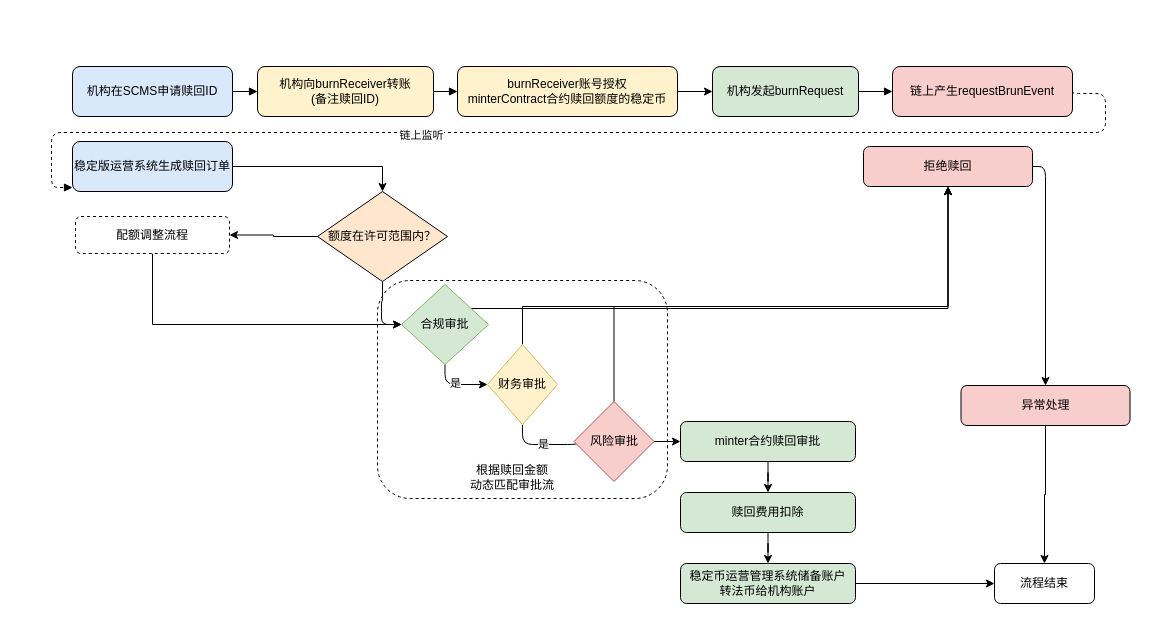
This is burn.drawio from mingzhenliu/doc, a draw.io file, before an edit. Source tidied: cells renumbered, new cells numbered last; positions are measured from the earlier drawing's top-left corner, leaving out a move shared by most shapes. Both pictures are drawn from the tidied source at 100%, with x=0, y=0 at pixel (51, 66).
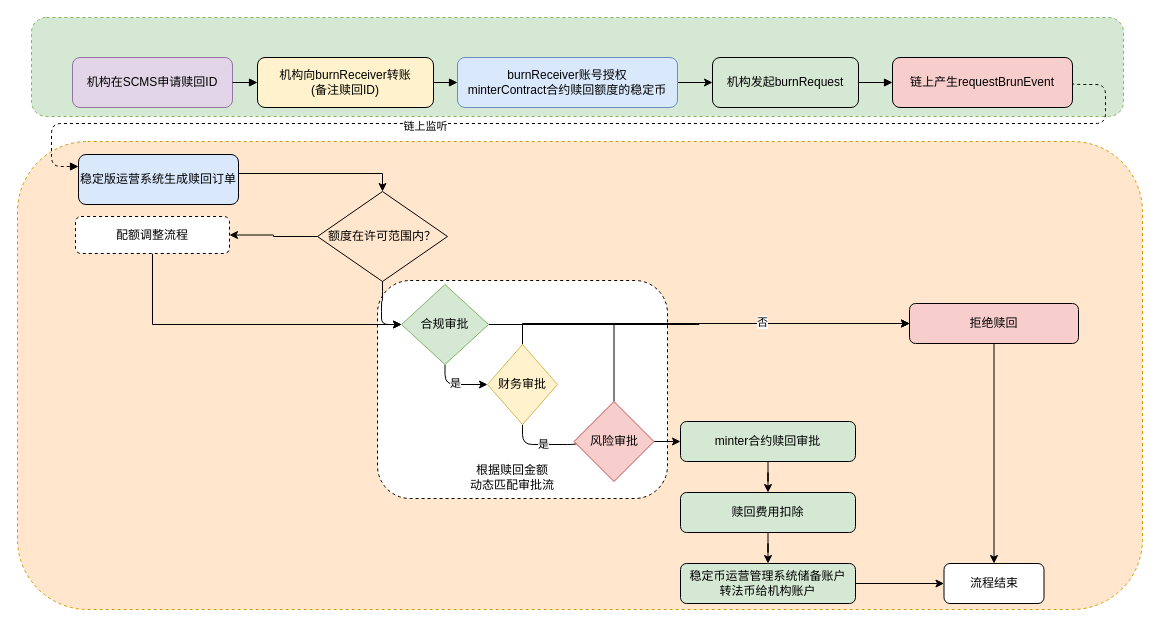
After the change.

The change refers to these unchanged cells:
```xml
<mxCell id="11" value="额度在许可范围内？" style="rhombus;whiteSpace=wrap;html=1;fillColor=#ffe6cc;" parent="1" vertex="1">
  <mxGeometry x="266" y="125" width="130" height="90" as="geometry" />
</mxCell>
<mxCell id="15" value="minter合约赎回审批" style="rounded=1;whiteSpace=wrap;html=1;fillColor=#d5e8d4;" parent="1" vertex="1">
  <mxGeometry x="629" y="355" width="175" height="40" as="geometry" />
</mxCell>
<mxCell id="24" value="财务审批" style="rhombus;whiteSpace=wrap;html=1;fillColor=#fff2cc;strokeColor=#d6b656;" parent="1" vertex="1">
  <mxGeometry x="436" y="278" width="70" height="80" as="geometry" />
</mxCell>
<mxCell id="28" value="合规审批" style="rhombus;whiteSpace=wrap;html=1;fillColor=#d5e8d4;strokeColor=#82b366;" parent="1" vertex="1">
  <mxGeometry x="350" y="218" width="87" height="80" as="geometry" />
</mxCell>
<mxCell id="31" value="风险审批" style="rhombus;whiteSpace=wrap;html=1;fillColor=#f8cecc;strokeColor=#b85450;" parent="1" vertex="1">
  <mxGeometry x="522.5" y="335" width="80" height="80" as="geometry" />
</mxCell>
```

Diff of the diagram source:
```diff
@@
+    <mxCell id="43" style="rounded=1;whiteSpace=wrap;html=1;dashed=1;fillColor=#ffe6cc;strokeColor=#d79b00;" parent="1" vertex="1">
+      <mxGeometry x="-34" y="75" width="1125" height="468" as="geometry" />
+    </mxCell>
+    <mxCell id="44" style="rounded=1;whiteSpace=wrap;html=1;dashed=1;fillColor=#d5e8d4;strokeColor=#82b366;" parent="1" vertex="1">
+      <mxGeometry x="-20" y="-49" width="1092" height="99" as="geometry" />
+    </mxCell>
@@
-    <mxCell id="3" value="机构在SCMS申请赎回ID" style="rounded=1;whiteSpace=wrap;html=1;fillColor=#dae8fc;flipH=1;" parent="1" vertex="1">
-      <mxGeometry x="21" width="160" height="50" as="geometry" />
+    <mxCell id="3" value="机构在SCMS申请赎回ID" style="rounded=1;whiteSpace=wrap;html=1;fillColor=#e1d5e7;flipH=1;strokeColor=#9673a6;" parent="1" vertex="1">
+      <mxGeometry x="21" y="-9" width="160" height="50" as="geometry" />
     </mxCell>
     <mxCell id="4" value="机构向burnReceiver转账&lt;div&gt;(备注赎回ID)&lt;/div&gt;" style="rounded=1;whiteSpace=wrap;html=1;fillColor=#fff2cc;flipH=1;" parent="1" vertex="1">
-      <mxGeometry x="206" width="176" height="50" as="geometry" />
+      <mxGeometry x="206" y="-9" width="176" height="50" as="geometry" />
     </mxCell>
     <mxCell id="5" value="机构发起burnRequest" style="rounded=1;whiteSpace=wrap;html=1;fillColor=#d5e8d4;flipH=1;" parent="1" vertex="1">
-      <mxGeometry x="661" width="146" height="50" as="geometry" />
+      <mxGeometry x="661" y="-9" width="146" height="50" as="geometry" />
     </mxCell>
     <mxCell id="6" value="链上产生requestBrunEvent" style="rounded=1;whiteSpace=wrap;html=1;fillColor=#f8cecc;flipH=1;" parent="1" vertex="1">
-      <mxGeometry x="841" width="180" height="50" as="geometry" />
+      <mxGeometry x="841" y="-9" width="180" height="50" as="geometry" />
     </mxCell>
-    <mxCell id="7" style="edgeStyle=orthogonalEdgeStyle;rounded=0;jettySize=auto;html=1;entryX=0.5;entryY=0;entryDx=0;entryDy=0;" parent="1" edge="1" source="8" target="11">
-      <mxGeometry relative="1" as="geometry" />
+    <mxCell id="7" style="edgeStyle=orthogonalEdgeStyle;rounded=0;jettySize=auto;html=1;entryX=0.5;entryY=0;entryDx=0;entryDy=0;exitX=1;exitY=0.25;exitDx=0;exitDy=0;" parent="1" edge="1" source="8" target="11">
+      <mxGeometry relative="1" as="geometry">
+        <Array as="points">
+          <mxPoint x="187" y="107" />
+          <mxPoint x="331" y="107" />
+        </Array>
+      </mxGeometry>
     </mxCell>
     <mxCell id="8" value="稳定版运营系统&lt;span style=&quot;background-color: transparent; color: light-dark(rgb(0, 0, 0), rgb(255, 255, 255));&quot;&gt;生成赎回订单&lt;/span&gt;" style="rounded=1;whiteSpace=wrap;html=1;fillColor=#dae8fc;" parent="1" vertex="1">
-      <mxGeometry x="21" y="75" width="160" height="50" as="geometry" />
+      <mxGeometry x="27" y="88" width="160" height="50" as="geometry" />
     </mxCell>
@@
-    <mxCell id="12" style="edgeStyle=orthogonalEdgeStyle;rounded=1;jettySize=auto;html=1;curved=0;entryX=0.5;entryY=0;entryDx=0;entryDy=0;" parent="1" edge="1" source="13" target="39">
-      <mxGeometry relative="1" as="geometry">
-        <Array as="points">
-          <mxPoint x="994" y="100" />
-        </Array>
-      </mxGeometry>
-    </mxCell>
+    <mxCell id="45" style="edgeStyle=orthogonalEdgeStyle;rounded=0;jettySize=auto;html=1;" parent="1" edge="1" source="13" target="16">
+      <mxGeometry relative="1" as="geometry" />
+    </mxCell>
     <mxCell id="13" value="拒绝赎回" style="rounded=1;whiteSpace=wrap;html=1;fillColor=#f8cecc;" parent="1" vertex="1">
-      <mxGeometry x="812" y="80" width="169" height="40" as="geometry" />
+      <mxGeometry x="858" y="237" width="169" height="40" as="geometry" />
     </mxCell>
@@
     <mxCell id="16" value="流程结束" style="rounded=1;whiteSpace=wrap;html=1;fillColor=#ffffff;" parent="1" vertex="1">
-      <mxGeometry x="943" y="497" width="100" height="40" as="geometry" />
+      <mxGeometry x="892.5" y="497" width="100" height="40" as="geometry" />
     </mxCell>
@@
     <mxCell id="20" style="edgeStyle=orthogonalEdgeStyle;endArrow=block;html=1;exitX=1;exitY=0.5;exitDx=0;exitDy=0;dashed=1;" parent="1" edge="1" source="6" target="8">
       <mxGeometry relative="1" as="geometry">
         <Array as="points">
-          <mxPoint x="1054" y="27" />
-          <mxPoint x="1054" y="66" />
-          <mxPoint y="66" />
-          <mxPoint y="121" />
-          <mxPoint x="54" y="121" />
-          <mxPoint x="30" y="122" />
+          <mxPoint x="1021" y="18" />
+          <mxPoint x="1054" y="18" />
+          <mxPoint x="1054" y="57" />
+          <mxPoint y="57" />
+          <mxPoint y="100" />
         </Array>
       </mxGeometry>
     </mxCell>
@@
+    <mxCell id="23" value="是" style="edgeStyle=orthogonalEdgeStyle;rounded=1;jettySize=auto;html=1;entryX=0;entryY=0.5;entryDx=0;entryDy=0;exitX=0.5;exitY=1;exitDx=0;exitDy=0;curved=0;" parent="1" edge="1" source="24" target="31">
+      <mxGeometry relative="1" as="geometry" />
+    </mxCell>
-    <mxCell id="22" style="edgeStyle=orthogonalEdgeStyle;rounded=0;jettySize=auto;html=1;entryX=0.5;entryY=1;entryDx=0;entryDy=0;" parent="1" edge="1" source="24" target="13">
+    <mxCell id="22" style="edgeStyle=orthogonalEdgeStyle;rounded=0;jettySize=auto;html=1;entryX=0;entryY=0.5;entryDx=0;entryDy=0;" parent="1" edge="1" source="24" target="13">
       <mxGeometry relative="1" as="geometry">
         <Array as="points">
-          <mxPoint x="582" y="240" />
-          <mxPoint x="934" y="240" />
+          <mxPoint x="471" y="257" />
         </Array>
       </mxGeometry>
     </mxCell>
-    <mxCell id="23" value="是" style="edgeStyle=orthogonalEdgeStyle;rounded=1;jettySize=auto;html=1;entryX=0;entryY=0.5;entryDx=0;entryDy=0;exitX=0.5;exitY=1;exitDx=0;exitDy=0;curved=0;" parent="1" edge="1" source="24" target="31">
-      <mxGeometry relative="1" as="geometry" />
-    </mxCell>
@@
-    <mxCell id="27" style="edgeStyle=orthogonalEdgeStyle;rounded=0;jettySize=auto;html=1;entryX=0.5;entryY=1;entryDx=0;entryDy=0;" parent="1" edge="1" source="28" target="13">
-      <mxGeometry relative="1" as="geometry">
-        <Array as="points">
-          <mxPoint x="394" y="242" />
-          <mxPoint x="900" y="242" />
-        </Array>
-      </mxGeometry>
+    <mxCell id="27" style="edgeStyle=orthogonalEdgeStyle;rounded=0;jettySize=auto;html=1;entryX=0;entryY=0.5;entryDx=0;entryDy=0;" parent="1" edge="1" source="28" target="13">
+      <mxGeometry relative="1" as="geometry" />
     </mxCell>
@@
+    <mxCell id="30" style="edgeStyle=orthogonalEdgeStyle;rounded=0;jettySize=auto;html=1;" parent="1" edge="1" source="31" target="15">
+      <mxGeometry relative="1" as="geometry" />
+    </mxCell>
-    <mxCell id="29" style="edgeStyle=orthogonalEdgeStyle;rounded=0;jettySize=auto;html=1;entryX=0.5;entryY=1;entryDx=0;entryDy=0;" parent="1" edge="1" source="31" target="13">
+    <mxCell id="29" style="edgeStyle=orthogonalEdgeStyle;rounded=0;jettySize=auto;html=1;entryX=0;entryY=0.5;entryDx=0;entryDy=0;" parent="1" edge="1" source="31" target="13">
       <mxGeometry relative="1" as="geometry">
         <Array as="points">
-          <mxPoint x="691" y="240" />
-          <mxPoint x="934" y="240" />
+          <mxPoint x="562" y="257" />
         </Array>
       </mxGeometry>
     </mxCell>
-    <mxCell id="30" style="edgeStyle=orthogonalEdgeStyle;rounded=0;jettySize=auto;html=1;" parent="1" edge="1" source="31" target="15">
-      <mxGeometry relative="1" as="geometry" />
-    </mxCell>
+    <mxCell id="46" value="否" style="edgeLabel;html=1;align=center;verticalAlign=middle;" parent="29" vertex="1">
+      <mxGeometry x="0.21" y="2" relative="1" as="geometry" />
+    </mxCell>
@@
-    <mxCell id="38" style="edgeStyle=orthogonalEdgeStyle;rounded=0;jettySize=auto;html=1;" parent="1" edge="1" source="39" target="16">
-      <mxGeometry relative="1" as="geometry" />
-    </mxCell>
-    <mxCell id="39" value="异常处理" style="rounded=1;whiteSpace=wrap;html=1;fillColor=#f8cecc;" parent="1" vertex="1">
-      <mxGeometry x="909.5" y="319" width="169" height="40" as="geometry" />
-    </mxCell>
@@
-    <mxCell id="41" value="burnReceiver账号授权&lt;div&gt;minterContract合约赎回额度的稳定币&lt;/div&gt;" style="rounded=1;whiteSpace=wrap;html=1;fillColor=#fff2cc;flipH=1;" parent="1" vertex="1">
-      <mxGeometry x="406" width="220" height="50" as="geometry" />
+    <mxCell id="41" value="burnReceiver账号授权&lt;div&gt;minterContract合约赎回额度的稳定币&lt;/div&gt;" style="rounded=1;whiteSpace=wrap;html=1;fillColor=#dae8fc;flipH=1;strokeColor=#6c8ebf;" parent="1" vertex="1">
+      <mxGeometry x="406" y="-9" width="220" height="50" as="geometry" />
     </mxCell>
```
